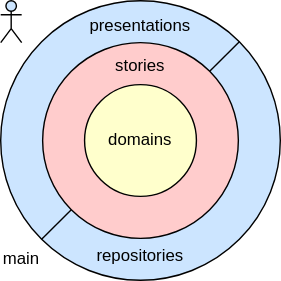
searchwork/nwt-reading keeps this draw.io diagram as docs/architecture.drawio.svg. Above is the earlier version. Source tidied: cells renumbered, new cells last; positions are measured from the earlier drawing's top-left corner, leaving out a move shared by most shapes.
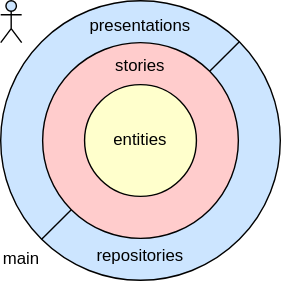
After the change.

Change to the diagram source:
```diff
@@ -8,7 +8,7 @@
     <mxCell id="3" style="ellipse;whiteSpace=wrap;html=1;fillColor=#FFCCCC;" parent="1" vertex="1">
       <mxGeometry x="30" y="30" width="140" height="140" as="geometry" />
     </mxCell>
-    <mxCell id="4" value="domains" style="ellipse;whiteSpace=wrap;html=1;fillColor=#FFFFCC;" parent="1" vertex="1">
+    <mxCell id="4" value="entities" style="ellipse;whiteSpace=wrap;html=1;fillColor=#FFFFCC;" parent="1" vertex="1">
       <mxGeometry x="60" y="60" width="80" height="80" as="geometry" />
     </mxCell>
     <mxCell id="5" style="endArrow=none;html=1;exitX=0;exitY=1;exitDx=0;exitDy=0;entryX=0;entryY=1;entryDx=0;entryDy=0;" parent="1" edge="1" source="2" target="3">
```
